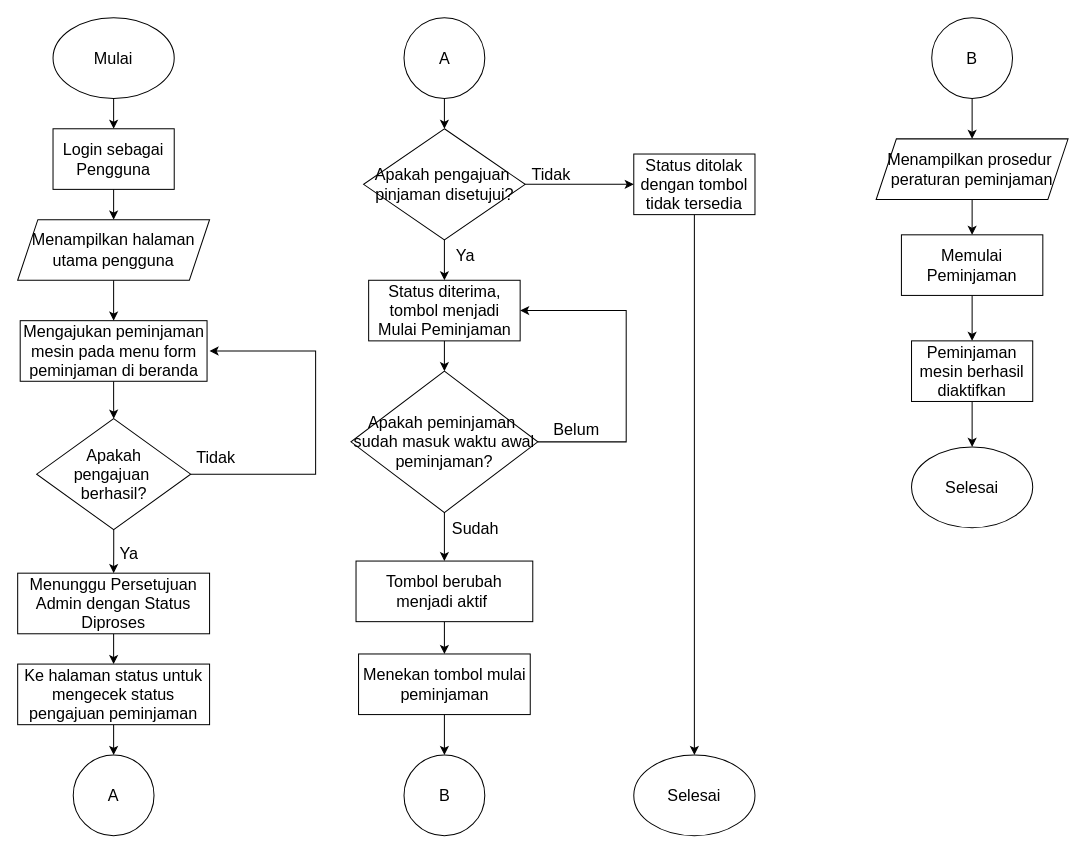
The draw.io diagram page "Proses Mengaktifkan Peminjaman" (31 of 42) of Diagram Aktivitas Admin.drawio.xml in murtianggraeni/TugasAkhir_Flowchart, before the edit. Source tidied: cells renumbered, new cells numbered last; positions are measured from the earlier drawing's top-left corner, leaving out a move shared by most shapes. Both pictures are drawn from the tidied source at 101%, with x=0, y=0 at pixel (17, 17).
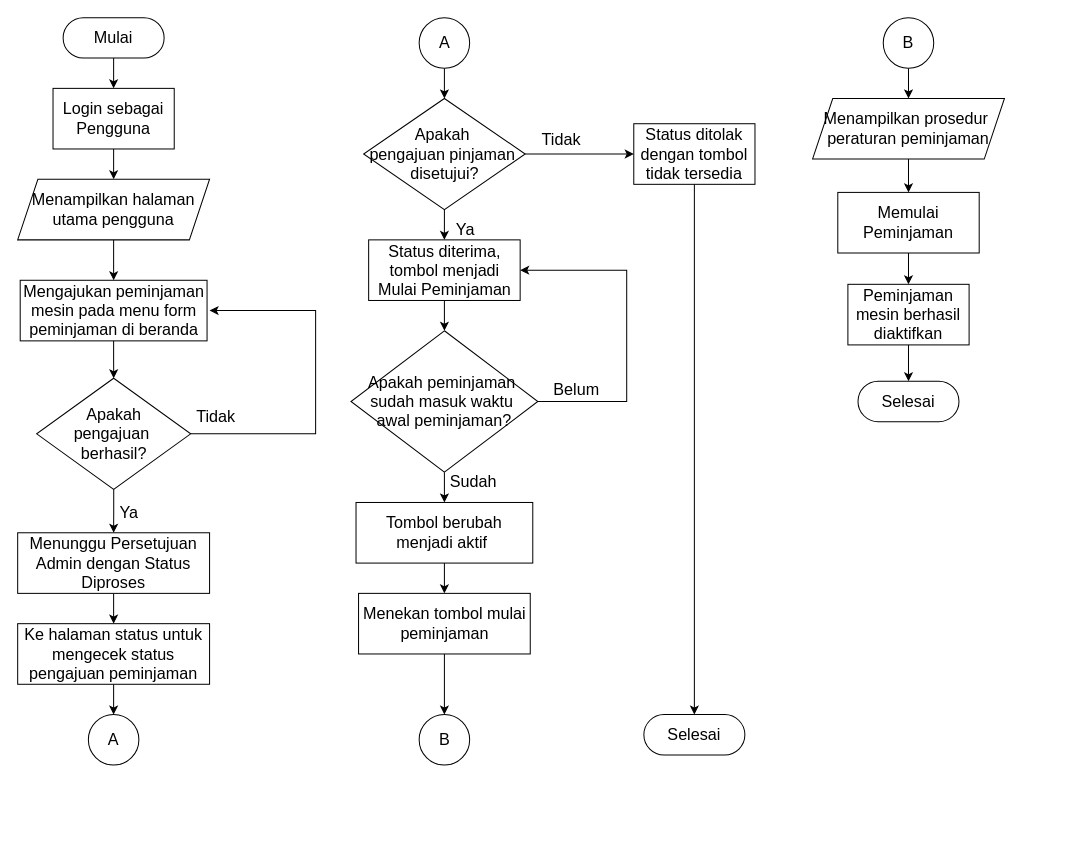
The same page after the edit.

Change to the diagram source:
```diff
@@
-    <mxCell id="2" style="group;" parent="1" vertex="1">
-      <mxGeometry width="295" height="810" as="geometry" />
-    </mxCell>
-    <mxCell id="3" style="edgeStyle=orthogonalEdgeStyle;rounded=0;jettySize=auto;html=1;" parent="2" edge="1" source="4" target="6">
-      <mxGeometry relative="1" as="geometry" />
-    </mxCell>
-    <mxCell id="4" value="&lt;font style=&quot;font-size: 16px;&quot;&gt;Mulai&lt;/font&gt;" style="ellipse;whiteSpace=wrap;html=1;" parent="2" vertex="1">
-      <mxGeometry x="35" width="120" height="80" as="geometry" />
-    </mxCell>
-    <mxCell id="5" style="edgeStyle=orthogonalEdgeStyle;rounded=0;jettySize=auto;html=1;" parent="2" edge="1" source="6" target="8">
+    <mxCell id="5" style="edgeStyle=orthogonalEdgeStyle;rounded=0;jettySize=auto;html=1;" parent="1" edge="1" source="6" target="8">
       <mxGeometry relative="1" as="geometry" />
     </mxCell>
-    <mxCell id="6" value="&lt;font style=&quot;font-size: 16px;&quot;&gt;Login sebagai Pengguna&lt;/font&gt;" style="whiteSpace=wrap;html=1;" parent="2" vertex="1">
-      <mxGeometry x="35" y="110" width="120" height="60" as="geometry" />
+    <mxCell id="6" value="&lt;font style=&quot;font-size: 16px;&quot;&gt;Login sebagai Pengguna&lt;/font&gt;" style="whiteSpace=wrap;html=1;" parent="1" vertex="1">
+      <mxGeometry x="35" y="70" width="120" height="60" as="geometry" />
     </mxCell>
-    <mxCell id="7" style="edgeStyle=orthogonalEdgeStyle;rounded=0;jettySize=auto;html=1;" parent="2" edge="1" source="8" target="10">
+    <mxCell id="7" style="edgeStyle=orthogonalEdgeStyle;rounded=0;jettySize=auto;html=1;" parent="1" edge="1" source="8" target="10">
       <mxGeometry relative="1" as="geometry" />
     </mxCell>
-    <mxCell id="8" value="&lt;font style=&quot;font-size: 16px;&quot;&gt;Menampilkan halaman utama pengguna&lt;/font&gt;" style="shape=parallelogram;perimeter=parallelogramPerimeter;whiteSpace=wrap;html=1;fixedSize=1;" parent="2" vertex="1">
-      <mxGeometry y="200" width="190" height="60" as="geometry" />
+    <mxCell id="8" value="&lt;font style=&quot;font-size: 16px;&quot;&gt;Menampilkan halaman utama pengguna&lt;/font&gt;" style="shape=parallelogram;perimeter=parallelogramPerimeter;whiteSpace=wrap;html=1;fixedSize=1;" parent="1" vertex="1">
+      <mxGeometry y="160" width="190" height="60" as="geometry" />
     </mxCell>
-    <mxCell id="9" style="edgeStyle=orthogonalEdgeStyle;rounded=0;jettySize=auto;html=1;" parent="2" edge="1" source="10" target="13">
+    <mxCell id="9" style="edgeStyle=orthogonalEdgeStyle;rounded=0;jettySize=auto;html=1;" parent="1" edge="1" source="10" target="13">
       <mxGeometry relative="1" as="geometry" />
     </mxCell>
-    <mxCell id="10" value="&lt;font style=&quot;font-size: 16px;&quot;&gt;Mengajukan peminjaman mesin pada menu form peminjaman di beranda&lt;/font&gt;" style="whiteSpace=wrap;html=1;" parent="2" vertex="1">
-      <mxGeometry x="2.5" y="300" width="185" height="60" as="geometry" />
+    <mxCell id="10" value="&lt;font style=&quot;font-size: 16px;&quot;&gt;Mengajukan peminjaman mesin pada menu form peminjaman di beranda&lt;/font&gt;" style="whiteSpace=wrap;html=1;" parent="1" vertex="1">
+      <mxGeometry x="2.5" y="260" width="185" height="60" as="geometry" />
     </mxCell>
-    <mxCell id="11" style="edgeStyle=orthogonalEdgeStyle;rounded=0;jettySize=auto;html=1;exitX=1;exitY=0.5;exitDx=0;exitDy=0;" parent="2" edge="1" source="13">
+    <mxCell id="11" style="edgeStyle=orthogonalEdgeStyle;rounded=0;jettySize=auto;html=1;exitX=1;exitY=0.5;exitDx=0;exitDy=0;" parent="1" edge="1" source="13">
       <mxGeometry relative="1" as="geometry">
-        <mxPoint x="190" y="330" as="targetPoint" />
+        <mxPoint x="190" y="290" as="targetPoint" />
         <Array as="points">
-          <mxPoint x="295" y="452" />
-          <mxPoint x="295" y="330" />
+          <mxPoint x="295" y="412" />
+          <mxPoint x="295" y="290" />
         </Array>
       </mxGeometry>
     </mxCell>
-    <mxCell id="12" style="edgeStyle=orthogonalEdgeStyle;rounded=0;jettySize=auto;html=1;" parent="2" edge="1" source="13" target="16">
+    <mxCell id="12" style="edgeStyle=orthogonalEdgeStyle;rounded=0;jettySize=auto;html=1;" parent="1" edge="1" source="13" target="16">
       <mxGeometry relative="1" as="geometry" />
     </mxCell>
-    <mxCell id="13" value="&lt;font style=&quot;font-size: 16px;&quot;&gt;Apakah&lt;/font&gt;&lt;div&gt;&lt;span style=&quot;background-color: initial;&quot;&gt;&lt;font style=&quot;font-size: 16px;&quot;&gt;pengajuan&amp;nbsp;&lt;/font&gt;&lt;/span&gt;&lt;/div&gt;&lt;div&gt;&lt;span style=&quot;background-color: initial;&quot;&gt;&lt;font style=&quot;font-size: 16px;&quot;&gt;berhasil?&lt;/font&gt;&lt;/span&gt;&lt;/div&gt;" style="rhombus;whiteSpace=wrap;html=1;" parent="2" vertex="1">
-      <mxGeometry x="18.8" y="397" width="152.5" height="110" as="geometry" />
+    <mxCell id="13" value="&lt;font style=&quot;font-size: 16px;&quot;&gt;Apakah&lt;/font&gt;&lt;div&gt;&lt;span style=&quot;background-color: initial;&quot;&gt;&lt;font style=&quot;font-size: 16px;&quot;&gt;pengajuan&amp;nbsp;&lt;/font&gt;&lt;/span&gt;&lt;/div&gt;&lt;div&gt;&lt;span style=&quot;background-color: initial;&quot;&gt;&lt;font style=&quot;font-size: 16px;&quot;&gt;berhasil?&lt;/font&gt;&lt;/span&gt;&lt;/div&gt;" style="rhombus;whiteSpace=wrap;html=1;" parent="1" vertex="1">
+      <mxGeometry x="18.8" y="357" width="152.5" height="110" as="geometry" />
     </mxCell>
-    <mxCell id="14" value="&lt;font style=&quot;font-size: 16px;&quot;&gt;Tidak&lt;/font&gt;" style="text;html=1;align=center;verticalAlign=middle;strokeColor=none;fillColor=none;" parent="2" vertex="1">
-      <mxGeometry x="166" y="420" width="60" height="30" as="geometry" />
+    <mxCell id="14" value="&lt;font style=&quot;font-size: 16px;&quot;&gt;Tidak&lt;/font&gt;" style="text;html=1;align=center;verticalAlign=middle;strokeColor=none;fillColor=none;" parent="1" vertex="1">
+      <mxGeometry x="166" y="380" width="60" height="30" as="geometry" />
     </mxCell>
-    <mxCell id="15" style="edgeStyle=orthogonalEdgeStyle;rounded=0;jettySize=auto;html=1;" parent="2" edge="1" source="16" target="18">
+    <mxCell id="15" style="edgeStyle=orthogonalEdgeStyle;rounded=0;jettySize=auto;html=1;" parent="1" edge="1" source="16" target="18">
       <mxGeometry relative="1" as="geometry" />
     </mxCell>
-    <mxCell id="16" value="&lt;font style=&quot;font-size: 16px;&quot;&gt;Menunggu Persetujuan Admin dengan Status Diproses&lt;/font&gt;" style="whiteSpace=wrap;html=1;" parent="2" vertex="1">
-      <mxGeometry y="550" width="190" height="60" as="geometry" />
+    <mxCell id="16" value="&lt;font style=&quot;font-size: 16px;&quot;&gt;Menunggu Persetujuan Admin dengan Status Diproses&lt;/font&gt;" style="whiteSpace=wrap;html=1;" parent="1" vertex="1">
+      <mxGeometry y="510" width="190" height="60" as="geometry" />
     </mxCell>
-    <mxCell id="17" style="edgeStyle=orthogonalEdgeStyle;rounded=0;jettySize=auto;html=1;" parent="2" edge="1" source="18" target="19">
+    <mxCell id="17" style="edgeStyle=orthogonalEdgeStyle;rounded=0;jettySize=auto;html=1;" parent="1" edge="1" source="18" target="19">
       <mxGeometry relative="1" as="geometry" />
     </mxCell>
-    <mxCell id="18" value="&lt;font style=&quot;font-size: 16px;&quot;&gt;Ke halaman status untuk mengecek status pengajuan peminjaman&lt;/font&gt;" style="whiteSpace=wrap;html=1;" parent="2" vertex="1">
-      <mxGeometry y="640" width="190" height="60" as="geometry" />
+    <mxCell id="18" value="&lt;font style=&quot;font-size: 16px;&quot;&gt;Ke halaman status untuk mengecek status pengajuan peminjaman&lt;/font&gt;" style="whiteSpace=wrap;html=1;" parent="1" vertex="1">
+      <mxGeometry y="600" width="190" height="60" as="geometry" />
     </mxCell>
-    <mxCell id="19" value="&lt;font style=&quot;font-size: 16px;&quot;&gt;A&lt;/font&gt;" style="ellipse;whiteSpace=wrap;html=1;" parent="2" vertex="1">
-      <mxGeometry x="55" y="730" width="80" height="80" as="geometry" />
+    <mxCell id="19" value="&lt;font style=&quot;font-size: 16px;&quot;&gt;A&lt;/font&gt;" style="ellipse;whiteSpace=wrap;html=1;" parent="1" vertex="1">
+      <mxGeometry x="70" y="690" width="50" height="50" as="geometry" />
     </mxCell>
-    <mxCell id="20" value="&lt;font style=&quot;font-size: 16px;&quot;&gt;Ya&lt;/font&gt;" style="text;html=1;align=center;verticalAlign=middle;strokeColor=none;fillColor=none;" parent="2" vertex="1">
-      <mxGeometry x="90" y="515" width="40" height="30" as="geometry" />
+    <mxCell id="20" value="&lt;font style=&quot;font-size: 16px;&quot;&gt;Ya&lt;/font&gt;" style="text;html=1;align=center;verticalAlign=middle;strokeColor=none;fillColor=none;" parent="1" vertex="1">
+      <mxGeometry x="90" y="475" width="40" height="30" as="geometry" />
     </mxCell>
-    <mxCell id="21" style="group;" parent="1" vertex="1">
-      <mxGeometry x="330" width="400" height="810" as="geometry" />
-    </mxCell>
-    <mxCell id="22" style="edgeStyle=orthogonalEdgeStyle;rounded=0;jettySize=auto;html=1;" parent="21" edge="1" source="23" target="26">
-      <mxGeometry relative="1" as="geometry" />
-    </mxCell>
-    <mxCell id="23" value="&lt;font style=&quot;font-size: 16px;&quot;&gt;A&lt;/font&gt;" style="ellipse;whiteSpace=wrap;html=1;" parent="21" vertex="1">
-      <mxGeometry x="52.5" width="80" height="80" as="geometry" />
-    </mxCell>
+    <mxCell id="3" style="edgeStyle=orthogonalEdgeStyle;rounded=0;jettySize=auto;html=1;entryX=0.5;entryY=0;entryDx=0;entryDy=0;" parent="1" edge="1" source="4" target="6">
+      <mxGeometry relative="1" as="geometry" />
+    </mxCell>
+    <mxCell id="4" value="&lt;font style=&quot;font-size: 16px;&quot;&gt;Mulai&lt;/font&gt;" style="rounded=1;whiteSpace=wrap;html=1;arcSize=50;" parent="1" vertex="1">
+      <mxGeometry x="45" width="100" height="40" as="geometry" />
+    </mxCell>
-    <mxCell id="24" style="edgeStyle=orthogonalEdgeStyle;rounded=0;jettySize=auto;html=1;" parent="21" edge="1" source="26" target="28">
+    <mxCell id="24" style="edgeStyle=orthogonalEdgeStyle;rounded=0;jettySize=auto;html=1;" parent="1" edge="1" source="26" target="28">
       <mxGeometry relative="1" as="geometry" />
     </mxCell>
+    <mxCell id="31" value="&lt;font style=&quot;font-size: 16px;&quot;&gt;Tidak&lt;/font&gt;" style="edgeLabel;html=1;align=center;verticalAlign=middle;" parent="24" vertex="1">
+      <mxGeometry x="-0.35" y="1" relative="1" as="geometry">
+        <mxPoint y="-14" as="offset" />
+      </mxGeometry>
+    </mxCell>
-    <mxCell id="25" style="edgeStyle=orthogonalEdgeStyle;rounded=0;jettySize=auto;html=1;" parent="21" edge="1" source="26" target="30">
+    <mxCell id="25" style="edgeStyle=orthogonalEdgeStyle;rounded=0;jettySize=auto;html=1;" parent="1" edge="1" source="26" target="30">
       <mxGeometry relative="1" as="geometry" />
     </mxCell>
-    <mxCell id="26" value="&lt;font style=&quot;font-size: 16px;&quot;&gt;Apakah pengajuan&amp;nbsp;&lt;/font&gt;&lt;div&gt;&lt;font style=&quot;font-size: 16px;&quot;&gt;pinjaman disetujui?&lt;/font&gt;&lt;/div&gt;" style="rhombus;whiteSpace=wrap;html=1;" parent="21" vertex="1">
-      <mxGeometry x="12.5" y="110" width="160" height="110" as="geometry" />
+    <mxCell id="26" value="&lt;font style=&quot;font-size: 16px;&quot;&gt;Apakah&amp;nbsp;&lt;/font&gt;&lt;div&gt;&lt;font style=&quot;font-size: 16px;&quot;&gt;pengajuan&amp;nbsp;&lt;/font&gt;&lt;span style=&quot;font-size: 16px; background-color: initial;&quot;&gt;pinjaman&amp;nbsp;&lt;/span&gt;&lt;div&gt;&lt;font style=&quot;font-size: 16px;&quot;&gt;disetujui?&lt;/font&gt;&lt;/div&gt;&lt;/div&gt;" style="rhombus;whiteSpace=wrap;html=1;" parent="1" vertex="1">
+      <mxGeometry x="342.5" y="80" width="160" height="110" as="geometry" />
     </mxCell>
-    <mxCell id="27" style="edgeStyle=orthogonalEdgeStyle;rounded=0;jettySize=auto;html=1;entryX=0.5;entryY=0;entryDx=0;entryDy=0;" parent="21" edge="1" source="28" target="43">
-      <mxGeometry relative="1" as="geometry" />
-    </mxCell>
+    <mxCell id="54" style="edgeStyle=orthogonalEdgeStyle;rounded=0;jettySize=auto;html=1;entryX=0.5;entryY=0;entryDx=0;entryDy=0;" parent="1" edge="1" source="28" target="58">
+      <mxGeometry relative="1" as="geometry" />
+    </mxCell>
-    <mxCell id="28" value="&lt;font style=&quot;font-size: 16px;&quot;&gt;Status ditolak dengan tombol tidak tersedia&lt;/font&gt;" style="whiteSpace=wrap;html=1;" parent="21" vertex="1">
-      <mxGeometry x="280" y="135" width="120" height="60" as="geometry" />
+    <mxCell id="28" value="&lt;font style=&quot;font-size: 16px;&quot;&gt;Status ditolak dengan tombol tidak tersedia&lt;/font&gt;" style="whiteSpace=wrap;html=1;" parent="1" vertex="1">
+      <mxGeometry x="610" y="105" width="120" height="60" as="geometry" />
     </mxCell>
-    <mxCell id="29" style="edgeStyle=orthogonalEdgeStyle;rounded=0;jettySize=auto;html=1;" parent="21" edge="1" source="30" target="37">
+    <mxCell id="29" style="edgeStyle=orthogonalEdgeStyle;rounded=0;jettySize=auto;html=1;" parent="1" edge="1" source="30" target="37">
       <mxGeometry relative="1" as="geometry" />
     </mxCell>
-    <mxCell id="30" value="&lt;font style=&quot;font-size: 16px;&quot;&gt;Status diterima, tombol menjadi Mulai Peminjaman&lt;/font&gt;" style="whiteSpace=wrap;html=1;" parent="21" vertex="1">
-      <mxGeometry x="17.5" y="260" width="150" height="60" as="geometry" />
+    <mxCell id="30" value="&lt;font style=&quot;font-size: 16px;&quot;&gt;Status diterima, tombol menjadi Mulai Peminjaman&lt;/font&gt;" style="whiteSpace=wrap;html=1;" parent="1" vertex="1">
+      <mxGeometry x="347.5" y="220" width="150" height="60" as="geometry" />
     </mxCell>
-    <mxCell id="31" value="&lt;font style=&quot;font-size: 16px;&quot;&gt;Tidak&lt;/font&gt;" style="text;html=1;align=center;verticalAlign=middle;strokeColor=none;fillColor=none;" parent="21" vertex="1">
-      <mxGeometry x="167.5" y="140" width="60" height="30" as="geometry" />
-    </mxCell>
-    <mxCell id="32" value="&lt;font style=&quot;font-size: 16px;&quot;&gt;Ya&lt;/font&gt;" style="text;html=1;align=center;verticalAlign=middle;strokeColor=none;fillColor=none;" parent="21" vertex="1">
-      <mxGeometry x="92.5" y="220" width="40" height="30" as="geometry" />
+    <mxCell id="32" value="&lt;font style=&quot;font-size: 16px;&quot;&gt;Ya&lt;/font&gt;" style="text;html=1;align=center;verticalAlign=middle;strokeColor=none;fillColor=none;" parent="1" vertex="1">
+      <mxGeometry x="422.5" y="195" width="40" height="30" as="geometry" />
     </mxCell>
-    <mxCell id="33" style="edgeStyle=orthogonalEdgeStyle;rounded=0;jettySize=auto;html=1;entryX=1;entryY=0.5;entryDx=0;entryDy=0;" parent="21" edge="1" source="37" target="30">
+    <mxCell id="33" style="edgeStyle=orthogonalEdgeStyle;rounded=0;jettySize=auto;html=1;entryX=1;entryY=0.5;entryDx=0;entryDy=0;" parent="1" edge="1" source="37" target="30">
       <mxGeometry relative="1" as="geometry">
         <Array as="points">
-          <mxPoint x="272.5" y="420" />
-          <mxPoint x="272.5" y="290" />
+          <mxPoint x="603" y="380" />
+          <mxPoint x="603" y="250" />
         </Array>
       </mxGeometry>
     </mxCell>
@@
-    <mxCell id="35" style="edgeStyle=orthogonalEdgeStyle;rounded=0;jettySize=auto;html=1;" parent="21" edge="1" source="37" target="39">
+    <mxCell id="35" style="edgeStyle=orthogonalEdgeStyle;rounded=0;jettySize=auto;html=1;" parent="1" edge="1" source="37" target="39">
       <mxGeometry relative="1" as="geometry" />
     </mxCell>
@@
-    <mxCell id="37" value="&lt;font style=&quot;font-size: 16px;&quot;&gt;Apakah peminjaman&amp;nbsp;&lt;/font&gt;&lt;div&gt;&lt;font style=&quot;font-size: 16px;&quot;&gt;sudah masuk waktu awal peminjaman?&lt;/font&gt;&lt;/div&gt;" style="rhombus;whiteSpace=wrap;html=1;" parent="21" vertex="1">
-      <mxGeometry y="350" width="185" height="140" as="geometry" />
+    <mxCell id="37" value="&lt;font style=&quot;font-size: 16px;&quot;&gt;Apakah peminjaman&amp;nbsp;&lt;/font&gt;&lt;div&gt;&lt;font style=&quot;font-size: 16px;&quot;&gt;sudah masuk waktu&amp;nbsp;&lt;/font&gt;&lt;/div&gt;&lt;div&gt;&lt;font style=&quot;font-size: 16px;&quot;&gt;awal peminjaman?&lt;/font&gt;&lt;/div&gt;" style="rhombus;whiteSpace=wrap;html=1;" parent="1" vertex="1">
+      <mxGeometry x="330" y="310" width="185" height="140" as="geometry" />
     </mxCell>
-    <mxCell id="38" style="edgeStyle=orthogonalEdgeStyle;rounded=0;jettySize=auto;html=1;" parent="21" edge="1" source="39" target="41">
+    <mxCell id="38" style="edgeStyle=orthogonalEdgeStyle;rounded=0;jettySize=auto;html=1;" parent="1" edge="1" source="39" target="41">
       <mxGeometry relative="1" as="geometry" />
     </mxCell>
-    <mxCell id="39" value="&lt;font style=&quot;font-size: 16px;&quot;&gt;Tombol berubah menjadi aktif&amp;nbsp;&lt;/font&gt;" style="whiteSpace=wrap;html=1;" parent="21" vertex="1">
-      <mxGeometry x="5" y="538" width="175" height="60" as="geometry" />
+    <mxCell id="39" value="&lt;font style=&quot;font-size: 16px;&quot;&gt;Tombol berubah menjadi aktif&amp;nbsp;&lt;/font&gt;" style="whiteSpace=wrap;html=1;" parent="1" vertex="1">
+      <mxGeometry x="335" y="480" width="175" height="60" as="geometry" />
     </mxCell>
-    <mxCell id="40" style="edgeStyle=orthogonalEdgeStyle;rounded=0;jettySize=auto;html=1;" parent="21" edge="1" source="41" target="42">
-      <mxGeometry relative="1" as="geometry" />
-    </mxCell>
+    <mxCell id="55" style="edgeStyle=orthogonalEdgeStyle;rounded=0;jettySize=auto;html=1;entryX=0.5;entryY=0;entryDx=0;entryDy=0;" parent="1" edge="1" source="41" target="57">
+      <mxGeometry relative="1" as="geometry" />
+    </mxCell>
-    <mxCell id="41" value="&lt;font style=&quot;font-size: 16px;&quot;&gt;Menekan tombol mulai peminjaman&lt;/font&gt;" style="whiteSpace=wrap;html=1;" parent="21" vertex="1">
-      <mxGeometry x="7.5" y="630" width="170" height="60" as="geometry" />
+    <mxCell id="41" value="&lt;font style=&quot;font-size: 16px;&quot;&gt;Menekan tombol mulai peminjaman&lt;/font&gt;" style="whiteSpace=wrap;html=1;" parent="1" vertex="1">
+      <mxGeometry x="337.5" y="570" width="170" height="60" as="geometry" />
     </mxCell>
-    <mxCell id="42" value="&lt;font style=&quot;font-size: 16px;&quot;&gt;B&lt;/font&gt;" style="ellipse;whiteSpace=wrap;html=1;" parent="21" vertex="1">
-      <mxGeometry x="52.5" y="730" width="80" height="80" as="geometry" />
-    </mxCell>
-    <mxCell id="43" value="&lt;font style=&quot;font-size: 16px;&quot;&gt;Selesai&lt;/font&gt;" style="ellipse;whiteSpace=wrap;html=1;" parent="21" vertex="1">
-      <mxGeometry x="280" y="730" width="120" height="80" as="geometry" />
-    </mxCell>
-    <mxCell id="44" style="group;" parent="1" vertex="1">
-      <mxGeometry x="850" width="190" height="505" as="geometry" />
-    </mxCell>
-    <mxCell id="45" style="edgeStyle=orthogonalEdgeStyle;rounded=0;jettySize=auto;html=1;" parent="44" edge="1" source="46" target="48">
-      <mxGeometry relative="1" as="geometry" />
-    </mxCell>
-    <mxCell id="46" value="&lt;font style=&quot;font-size: 16px;&quot;&gt;B&lt;/font&gt;" style="ellipse;whiteSpace=wrap;html=1;" parent="44" vertex="1">
-      <mxGeometry x="55" width="80" height="80" as="geometry" />
-    </mxCell>
-    <mxCell id="47" style="edgeStyle=orthogonalEdgeStyle;rounded=0;jettySize=auto;html=1;" parent="44" edge="1" source="48" target="50">
+    <mxCell id="47" style="edgeStyle=orthogonalEdgeStyle;rounded=0;jettySize=auto;html=1;" parent="1" edge="1" source="48" target="50">
       <mxGeometry relative="1" as="geometry" />
     </mxCell>
-    <mxCell id="48" value="&lt;font style=&quot;font-size: 16px;&quot;&gt;Menampilkan prosedur&amp;nbsp;&lt;/font&gt;&lt;div&gt;&lt;font style=&quot;font-size: 16px;&quot;&gt;&lt;span style=&quot;background-color: initial;&quot;&gt;peraturan&amp;nbsp;&lt;/span&gt;&lt;span style=&quot;background-color: initial;&quot;&gt;peminjaman&lt;/span&gt;&lt;/font&gt;&lt;/div&gt;" style="shape=parallelogram;perimeter=parallelogramPerimeter;whiteSpace=wrap;html=1;fixedSize=1;" parent="44" vertex="1">
-      <mxGeometry y="120" width="190" height="60" as="geometry" />
+    <mxCell id="48" value="&lt;font style=&quot;font-size: 16px;&quot;&gt;Menampilkan prosedur&amp;nbsp;&lt;/font&gt;&lt;div&gt;&lt;font style=&quot;font-size: 16px;&quot;&gt;&lt;span style=&quot;background-color: initial;&quot;&gt;peraturan&amp;nbsp;&lt;/span&gt;&lt;span style=&quot;background-color: initial;&quot;&gt;peminjaman&lt;/span&gt;&lt;/font&gt;&lt;/div&gt;" style="shape=parallelogram;perimeter=parallelogramPerimeter;whiteSpace=wrap;html=1;fixedSize=1;" parent="1" vertex="1">
+      <mxGeometry x="787" y="80" width="190" height="60" as="geometry" />
     </mxCell>
-    <mxCell id="49" style="edgeStyle=orthogonalEdgeStyle;rounded=0;jettySize=auto;html=1;" parent="44" edge="1" source="50" target="52">
+    <mxCell id="49" style="edgeStyle=orthogonalEdgeStyle;rounded=0;jettySize=auto;html=1;" parent="1" edge="1" source="50" target="52">
       <mxGeometry relative="1" as="geometry" />
     </mxCell>
-    <mxCell id="50" value="&lt;font style=&quot;font-size: 16px;&quot;&gt;Memulai Peminjaman&lt;/font&gt;" style="whiteSpace=wrap;html=1;" parent="44" vertex="1">
-      <mxGeometry x="25" y="215" width="140" height="60" as="geometry" />
+    <mxCell id="50" value="&lt;font style=&quot;font-size: 16px;&quot;&gt;Memulai Peminjaman&lt;/font&gt;" style="whiteSpace=wrap;html=1;" parent="1" vertex="1">
+      <mxGeometry x="812" y="173" width="140" height="60" as="geometry" />
     </mxCell>
-    <mxCell id="51" style="edgeStyle=orthogonalEdgeStyle;rounded=0;jettySize=auto;html=1;entryX=0.5;entryY=0;entryDx=0;entryDy=0;" parent="44" edge="1" source="52" target="53">
-      <mxGeometry relative="1" as="geometry" />
-    </mxCell>
+    <mxCell id="56" style="edgeStyle=orthogonalEdgeStyle;rounded=0;jettySize=auto;html=1;" parent="1" edge="1" source="52" target="61">
+      <mxGeometry relative="1" as="geometry" />
+    </mxCell>
-    <mxCell id="52" value="&lt;font style=&quot;font-size: 16px;&quot;&gt;Peminjaman mesin berhasil diaktifkan&lt;/font&gt;" style="whiteSpace=wrap;html=1;" parent="44" vertex="1">
-      <mxGeometry x="35" y="320" width="120" height="60" as="geometry" />
+    <mxCell id="52" value="&lt;font style=&quot;font-size: 16px;&quot;&gt;Peminjaman mesin berhasil diaktifkan&lt;/font&gt;" style="whiteSpace=wrap;html=1;" parent="1" vertex="1">
+      <mxGeometry x="822" y="264" width="120" height="60" as="geometry" />
     </mxCell>
-    <mxCell id="53" value="&lt;font style=&quot;font-size: 16px;&quot;&gt;Selesai&lt;/font&gt;" style="ellipse;whiteSpace=wrap;html=1;" parent="44" vertex="1">
-      <mxGeometry x="35" y="425" width="120" height="80" as="geometry" />
-    </mxCell>
+    <mxCell id="22" style="edgeStyle=orthogonalEdgeStyle;rounded=0;jettySize=auto;html=1;" parent="1" edge="1" source="23" target="26">
+      <mxGeometry relative="1" as="geometry" />
+    </mxCell>
+    <mxCell id="23" value="&lt;font style=&quot;font-size: 16px;&quot;&gt;A&lt;/font&gt;" style="ellipse;whiteSpace=wrap;html=1;" parent="1" vertex="1">
+      <mxGeometry x="397.5" width="50" height="50" as="geometry" />
+    </mxCell>
+    <mxCell id="57" value="&lt;font style=&quot;font-size: 16px;&quot;&gt;B&lt;/font&gt;" style="ellipse;whiteSpace=wrap;html=1;" parent="1" vertex="1">
+      <mxGeometry x="397.5" y="690" width="50" height="50" as="geometry" />
+    </mxCell>
+    <mxCell id="58" value="&lt;span style=&quot;font-size: 16px;&quot;&gt;Selesai&lt;/span&gt;" style="rounded=1;whiteSpace=wrap;html=1;arcSize=50;" parent="1" vertex="1">
+      <mxGeometry x="620" y="690" width="100" height="40" as="geometry" />
+    </mxCell>
+    <mxCell id="59" style="edgeStyle=orthogonalEdgeStyle;rounded=0;jettySize=auto;html=1;" parent="1" edge="1" source="60" target="48">
+      <mxGeometry relative="1" as="geometry" />
+    </mxCell>
+    <mxCell id="60" value="&lt;font style=&quot;font-size: 16px;&quot;&gt;B&lt;/font&gt;" style="ellipse;whiteSpace=wrap;html=1;" parent="1" vertex="1">
+      <mxGeometry x="857" width="50" height="50" as="geometry" />
+    </mxCell>
+    <mxCell id="61" value="&lt;font style=&quot;font-size: 16px;&quot;&gt;Selesai&lt;/font&gt;" style="rounded=1;whiteSpace=wrap;html=1;arcSize=50;" parent="1" vertex="1">
+      <mxGeometry x="832" y="360" width="100" height="40" as="geometry" />
+    </mxCell>
```
